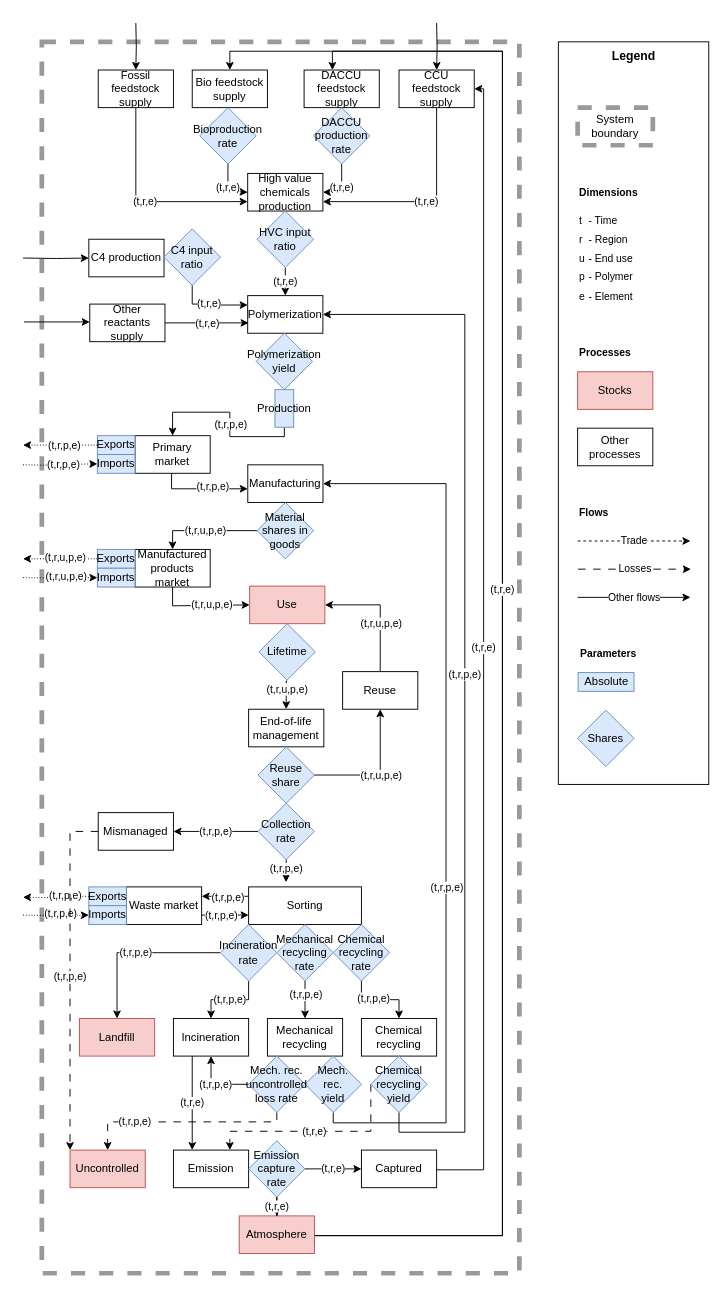
pik-piam/remind-mfa keeps this draw.io diagram as paper/figures/drawio/plastics.drawio. Above is the earlier version. Source tidied: cells renumbered, new cells numbered last; positions are measured from the earlier drawing's top-left corner, leaving out a move shared by most shapes. Both pictures are drawn from the tidied source at 94%, with x=0, y=0 at pixel (23, 23).
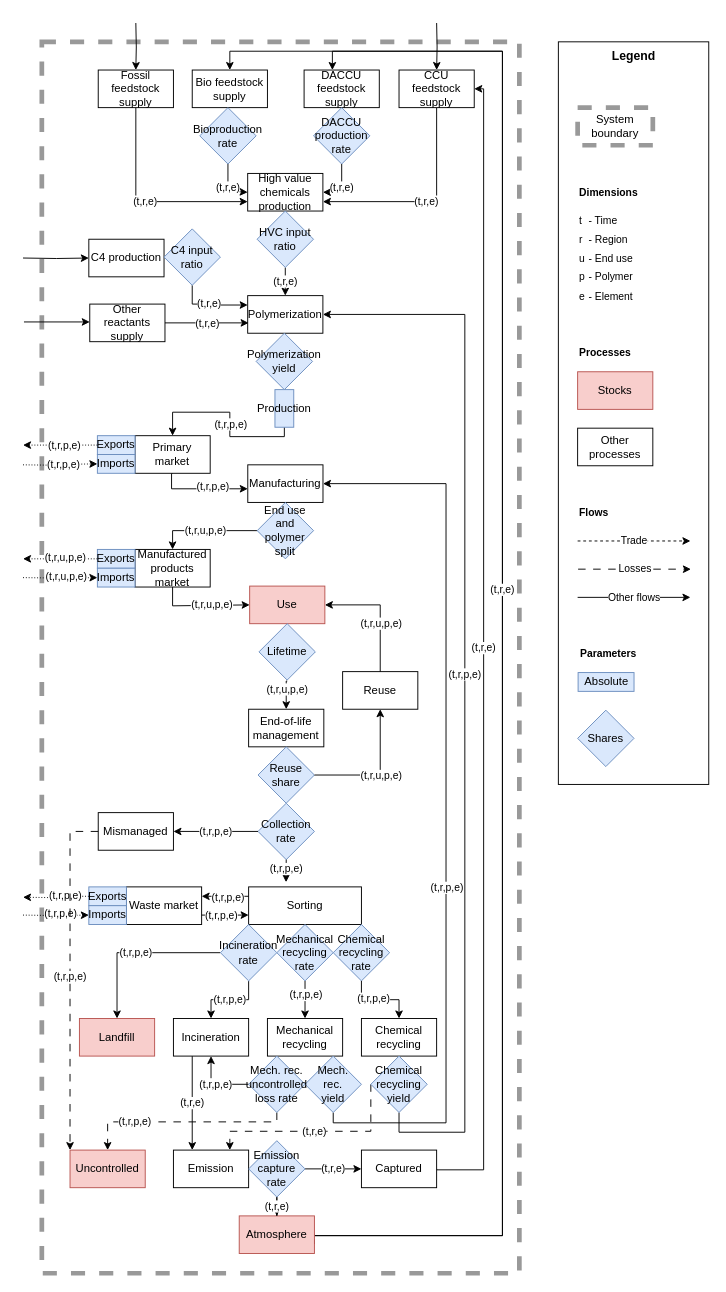
The same page after the edit.

Change to the diagram source:
```diff
@@
-    <mxCell id="55" value="Material shares in goods" style="rhombus;whiteSpace=wrap;html=1;fillColor=#dae8fc;strokeColor=#6c8ebf;" parent="1" vertex="1">
+    <mxCell id="55" value="End use and polymer split" style="rhombus;whiteSpace=wrap;html=1;fillColor=#dae8fc;strokeColor=#6c8ebf;" parent="1" vertex="1">
       <mxGeometry x="249.1" y="510" width="60" height="60" as="geometry" />
     </mxCell>
```
